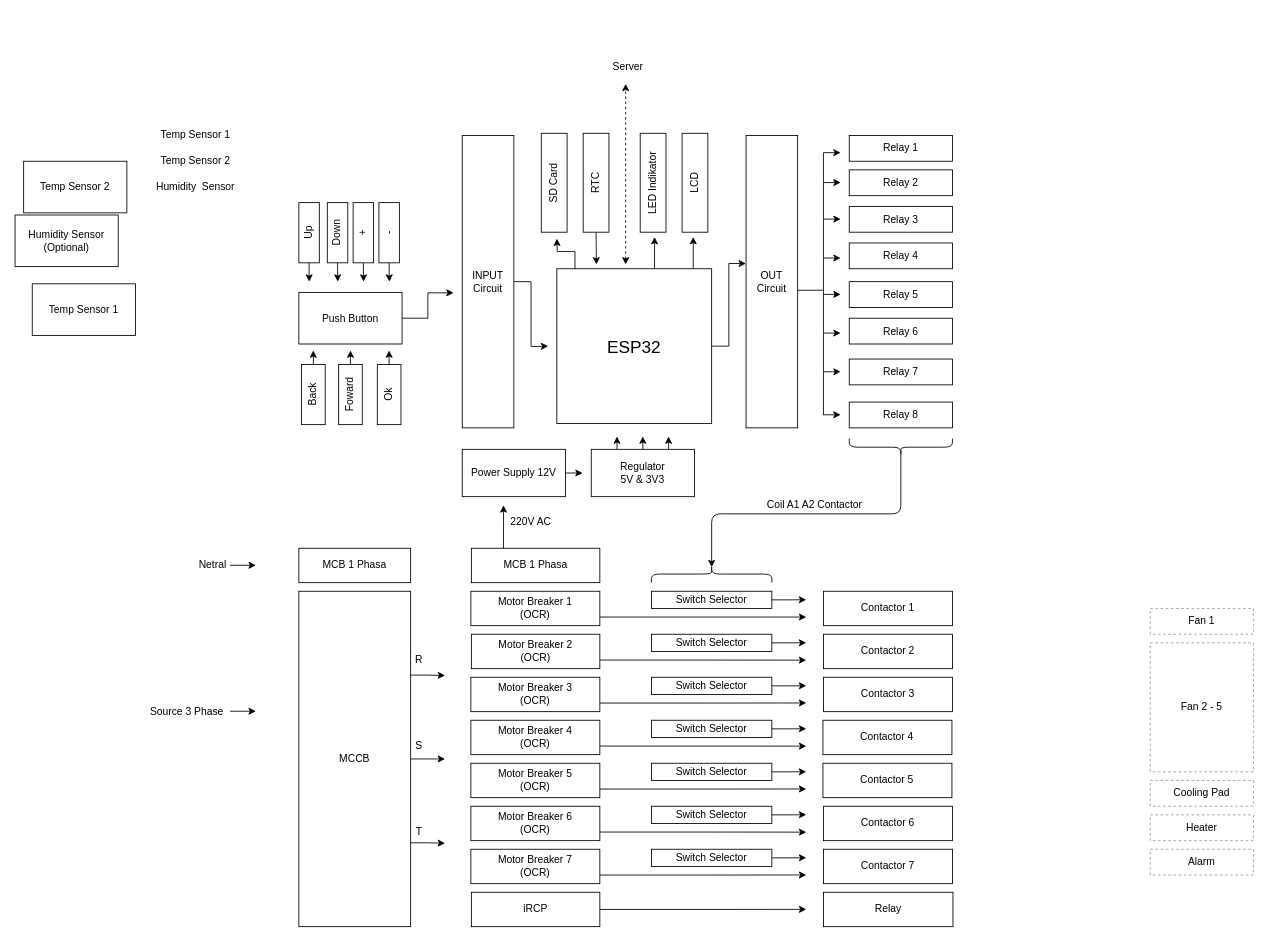
The draw.io diagram Block diagram R01.drawio in aufarachman39/Flowchart-PA, before the edit. Source tidied: cells renumbered, new cells numbered last; positions are measured from the earlier drawing's top-left corner, leaving out a move shared by most shapes. Both pictures are drawn from the tidied source at 86%, with x=0, y=0 at pixel (15, 58).
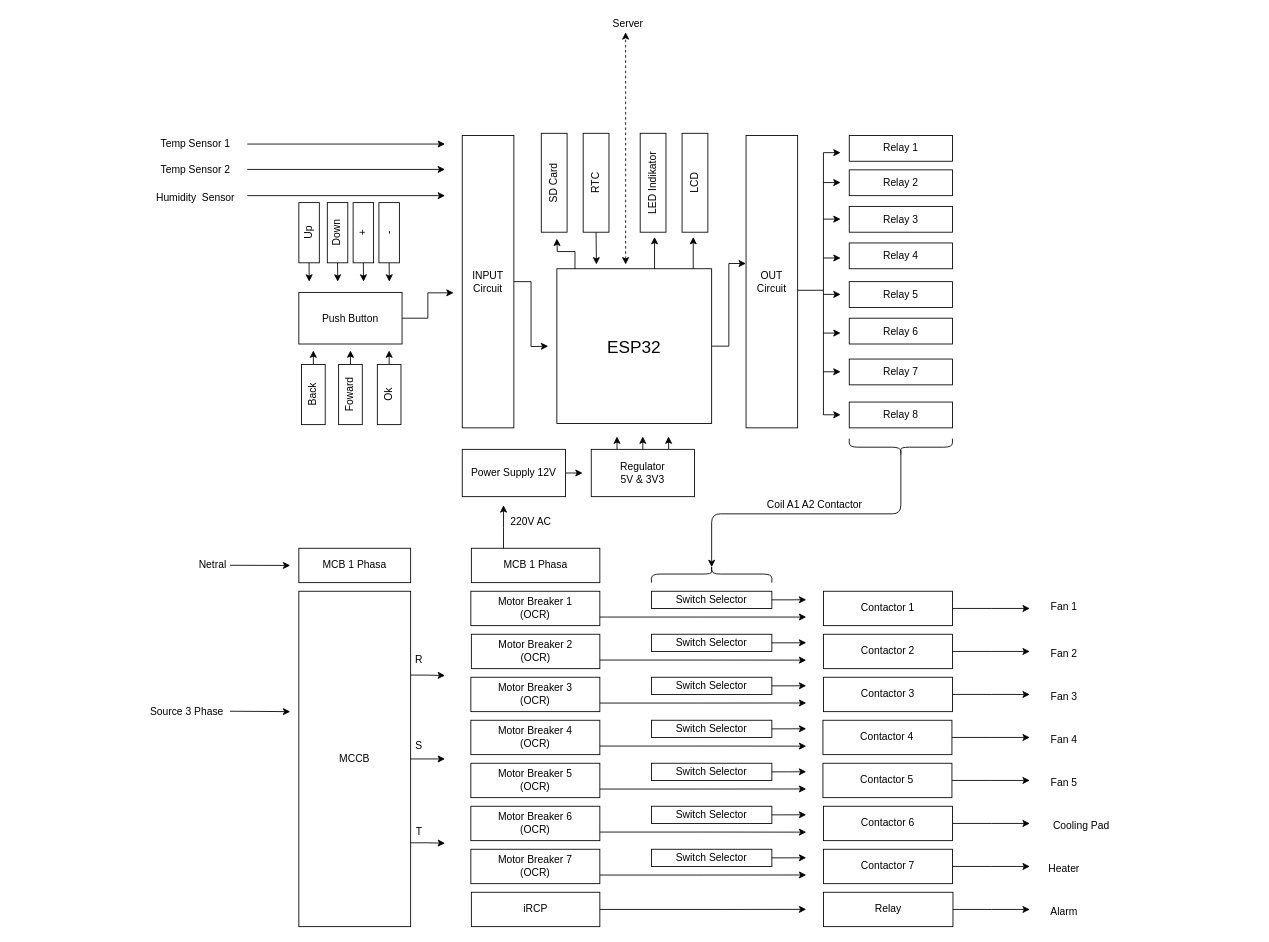
The same page after the edit.

Unchanged cells that the change refers to:
```xml
<mxCell id="67" value="&lt;div&gt;Contactor 1&lt;br&gt;&lt;/div&gt;" style="rounded=0;whiteSpace=wrap;html=1;strokeWidth=1;fillColor=none;" parent="1" vertex="1">
  <mxGeometry x="940" y="620" width="150" height="40" as="geometry" />
</mxCell>
<mxCell id="68" value="&lt;div&gt;Contactor 2&lt;br&gt;&lt;/div&gt;" style="rounded=0;whiteSpace=wrap;html=1;strokeWidth=1;fillColor=none;" parent="1" vertex="1">
  <mxGeometry x="940" y="670" width="150" height="40" as="geometry" />
</mxCell>
<mxCell id="69" value="&lt;div&gt;Contactor 3&lt;br&gt;&lt;/div&gt;" style="rounded=0;whiteSpace=wrap;html=1;strokeWidth=1;fillColor=none;" parent="1" vertex="1">
  <mxGeometry x="940" y="720" width="150" height="40" as="geometry" />
</mxCell>
<mxCell id="70" value="&lt;div&gt;Contactor 4&lt;br&gt;&lt;/div&gt;" style="rounded=0;whiteSpace=wrap;html=1;strokeWidth=1;fillColor=none;" parent="1" vertex="1">
  <mxGeometry x="939.4" y="770" width="150" height="40" as="geometry" />
</mxCell>
<mxCell id="71" value="&lt;div&gt;Contactor 5&lt;br&gt;&lt;/div&gt;" style="rounded=0;whiteSpace=wrap;html=1;strokeWidth=1;fillColor=none;" parent="1" vertex="1">
  <mxGeometry x="939.4" y="820" width="150" height="40" as="geometry" />
</mxCell>
<mxCell id="72" value="&lt;div&gt;Contactor 6&lt;br&gt;&lt;/div&gt;" style="rounded=0;whiteSpace=wrap;html=1;strokeWidth=1;fillColor=none;" parent="1" vertex="1">
  <mxGeometry x="940" y="870" width="150" height="40" as="geometry" />
</mxCell>
<mxCell id="73" value="&lt;div&gt;Contactor 7&lt;br&gt;&lt;/div&gt;" style="rounded=0;whiteSpace=wrap;html=1;strokeWidth=1;fillColor=none;" parent="1" vertex="1">
  <mxGeometry x="940" y="920" width="150" height="40" as="geometry" />
</mxCell>
<mxCell id="77" value="Relay" style="rounded=0;whiteSpace=wrap;html=1;strokeWidth=1;fillColor=none;" parent="1" vertex="1">
  <mxGeometry x="940" y="970" width="150.6" height="40" as="geometry" />
</mxCell>
```

Change to the diagram source:
```diff
@@
-    <mxCell id="7" value="Temp Sensor 1" style="rounded=0;whiteSpace=wrap;html=1;" parent="1" vertex="1">
-      <mxGeometry x="20" y="262.5" width="120" height="60" as="geometry" />
-    </mxCell>
-    <mxCell id="8" value="Temp Sensor 2" style="rounded=0;whiteSpace=wrap;html=1;" parent="1" vertex="1">
-      <mxGeometry x="10" y="120" width="120" height="60" as="geometry" />
-    </mxCell>
-    <mxCell id="9" value="&lt;div&gt;Humidity Sensor&lt;/div&gt;(Optional)" style="rounded=0;whiteSpace=wrap;html=1;" parent="1" vertex="1">
-      <mxGeometry y="182.5" width="120" height="60" as="geometry" />
-    </mxCell>
@@
-    <mxCell id="32" value="&lt;div&gt;Fan 2 - 5&lt;br&gt;&lt;/div&gt;" style="rounded=0;whiteSpace=wrap;html=1;dashed=1;opacity=40;" parent="1" vertex="1">
-      <mxGeometry x="1320" y="680" width="120" height="150" as="geometry" />
-    </mxCell>
-    <mxCell id="33" value="Cooling Pad" style="rounded=0;whiteSpace=wrap;html=1;dashed=1;opacity=40;" parent="1" vertex="1">
-      <mxGeometry x="1320" y="840" width="120" height="30" as="geometry" />
-    </mxCell>
-    <mxCell id="34" value="Heater" style="rounded=0;whiteSpace=wrap;html=1;dashed=1;opacity=40;" parent="1" vertex="1">
-      <mxGeometry x="1320" y="880" width="120" height="30" as="geometry" />
-    </mxCell>
-    <mxCell id="35" value="Alarm" style="rounded=0;whiteSpace=wrap;html=1;dashed=1;opacity=40;" parent="1" vertex="1">
-      <mxGeometry x="1320" y="920" width="120" height="30" as="geometry" />
-    </mxCell>
@@
-    <mxCell id="42" style="endArrow=classic;startArrow=classic;html=1;dashed=1;" parent="1" edge="1">
+    <mxCell id="42" style="endArrow=classic;startArrow=classic;html=1;dashed=1;entryX=0.422;entryY=1;entryDx=0;entryDy=0;entryPerimeter=0;" parent="1" edge="1" target="90">
       <mxGeometry relative="1" as="geometry">
         <mxPoint x="710" y="240" as="sourcePoint" />
-        <mxPoint x="710" y="30" as="targetPoint" />
       </mxGeometry>
     </mxCell>
@@
-    <mxCell id="45" value="Fan 1" style="rounded=0;whiteSpace=wrap;html=1;dashed=1;opacity=40;" parent="1" vertex="1">
-      <mxGeometry x="1320" y="640" width="120" height="30" as="geometry" />
-    </mxCell>
@@
+    <mxCell id="126" style="edgeStyle=orthogonalEdgeStyle;rounded=0;jettySize=auto;html=1;exitX=1;exitY=0.5;exitDx=0;exitDy=0;" parent="1" edge="1" source="67">
+      <mxGeometry relative="1" as="geometry">
+        <mxPoint x="1180" y="640" as="targetPoint" />
+      </mxGeometry>
+    </mxCell>
@@
+    <mxCell id="127" style="edgeStyle=orthogonalEdgeStyle;rounded=0;jettySize=auto;html=1;exitX=1;exitY=0.5;exitDx=0;exitDy=0;" parent="1" edge="1" source="68">
+      <mxGeometry relative="1" as="geometry">
+        <mxPoint x="1180" y="690" as="targetPoint" />
+      </mxGeometry>
+    </mxCell>
@@
+    <mxCell id="128" style="edgeStyle=orthogonalEdgeStyle;rounded=0;jettySize=auto;html=1;exitX=1;exitY=0.5;exitDx=0;exitDy=0;" parent="1" edge="1" source="69">
+      <mxGeometry relative="1" as="geometry">
+        <mxPoint x="1180" y="740" as="targetPoint" />
+      </mxGeometry>
+    </mxCell>
@@
+    <mxCell id="129" style="edgeStyle=orthogonalEdgeStyle;rounded=0;jettySize=auto;html=1;exitX=1;exitY=0.5;exitDx=0;exitDy=0;" parent="1" edge="1" source="70">
+      <mxGeometry relative="1" as="geometry">
+        <mxPoint x="1180" y="790" as="targetPoint" />
+      </mxGeometry>
+    </mxCell>
@@
+    <mxCell id="130" style="edgeStyle=orthogonalEdgeStyle;rounded=0;jettySize=auto;html=1;exitX=1;exitY=0.5;exitDx=0;exitDy=0;" parent="1" edge="1" source="71">
+      <mxGeometry relative="1" as="geometry">
+        <mxPoint x="1180" y="840" as="targetPoint" />
+      </mxGeometry>
+    </mxCell>
@@
+    <mxCell id="131" style="edgeStyle=orthogonalEdgeStyle;rounded=0;jettySize=auto;html=1;exitX=1;exitY=0.5;exitDx=0;exitDy=0;" parent="1" edge="1" source="72">
+      <mxGeometry relative="1" as="geometry">
+        <mxPoint x="1180" y="890" as="targetPoint" />
+      </mxGeometry>
+    </mxCell>
@@
+    <mxCell id="132" style="edgeStyle=orthogonalEdgeStyle;rounded=0;jettySize=auto;html=1;exitX=1;exitY=0.5;exitDx=0;exitDy=0;" parent="1" edge="1" source="73">
+      <mxGeometry relative="1" as="geometry">
+        <mxPoint x="1180" y="940" as="targetPoint" />
+      </mxGeometry>
+    </mxCell>
@@
+    <mxCell id="133" style="edgeStyle=orthogonalEdgeStyle;rounded=0;jettySize=auto;html=1;exitX=1;exitY=0.5;exitDx=0;exitDy=0;" parent="1" edge="1" source="77">
+      <mxGeometry relative="1" as="geometry">
+        <mxPoint x="1180" y="990" as="targetPoint" />
+      </mxGeometry>
+    </mxCell>
@@
     <mxCell id="78" style="endArrow=classic;html=1;" parent="1" edge="1">
       <mxGeometry relative="1" as="geometry">
         <mxPoint x="250" y="759.5" as="sourcePoint" />
-        <mxPoint x="280" y="759.5" as="targetPoint" />
+        <mxPoint x="320" y="760" as="targetPoint" />
       </mxGeometry>
     </mxCell>
     <mxCell id="79" style="endArrow=classic;html=1;" parent="1" edge="1">
       <mxGeometry relative="1" as="geometry">
         <mxPoint x="250" y="589.8" as="sourcePoint" />
-        <mxPoint x="280" y="589.8" as="targetPoint" />
+        <mxPoint x="320" y="590" as="targetPoint" />
       </mxGeometry>
     </mxCell>
@@
     <mxCell id="90" value="Server" style="text;html=1;strokeColor=none;fillColor=none;align=center;verticalAlign=middle;whiteSpace=wrap;rounded=0;dashed=1;opacity=40;" parent="1" vertex="1">
-      <mxGeometry x="693.1" width="40" height="20" as="geometry" />
+      <mxGeometry x="693.1" y="-50" width="40" height="20" as="geometry" />
     </mxCell>
@@
     <mxCell id="123" value="Temp Sensor 1" style="text;html=1;strokeColor=none;fillColor=none;align=center;verticalAlign=middle;whiteSpace=wrap;rounded=0;" parent="1" vertex="1">
-      <mxGeometry x="160" y="80" width="100" height="20" as="geometry" />
+      <mxGeometry x="160" y="90" width="100" height="20" as="geometry" />
     </mxCell>
     <mxCell id="124" value="Temp Sensor 2" style="text;html=1;strokeColor=none;fillColor=none;align=center;verticalAlign=middle;whiteSpace=wrap;rounded=0;" parent="1" vertex="1">
-      <mxGeometry x="160" y="110" width="100" height="20" as="geometry" />
+      <mxGeometry x="160" y="120" width="100" height="20" as="geometry" />
     </mxCell>
     <mxCell id="125" value="Humidity&amp;nbsp; Sensor" style="text;html=1;strokeColor=none;fillColor=none;align=center;verticalAlign=middle;whiteSpace=wrap;rounded=0;" parent="1" vertex="1">
-      <mxGeometry x="160" y="140" width="100" height="20" as="geometry" />
+      <mxGeometry x="160" y="152.5" width="100" height="20" as="geometry" />
     </mxCell>
+    <mxCell id="134" style="endArrow=classic;html=1;" parent="1" edge="1">
+      <mxGeometry relative="1" as="geometry">
+        <mxPoint x="270" y="100" as="sourcePoint" />
+        <mxPoint x="500" y="100" as="targetPoint" />
+      </mxGeometry>
+    </mxCell>
+    <mxCell id="135" style="endArrow=classic;html=1;" parent="1" edge="1">
+      <mxGeometry relative="1" as="geometry">
+        <mxPoint x="270" y="129.5" as="sourcePoint" />
+        <mxPoint x="500" y="129.5" as="targetPoint" />
+      </mxGeometry>
+    </mxCell>
+    <mxCell id="136" style="endArrow=classic;html=1;" parent="1" edge="1">
+      <mxGeometry relative="1" as="geometry">
+        <mxPoint x="270" y="160" as="sourcePoint" />
+        <mxPoint x="500" y="160" as="targetPoint" />
+      </mxGeometry>
+    </mxCell>
+    <mxCell id="45" value="Fan 1" style="text;html=1;strokeColor=none;fillColor=none;align=center;verticalAlign=middle;whiteSpace=wrap;rounded=0;" parent="1" vertex="1">
+      <mxGeometry x="1200" y="627.5" width="40" height="20" as="geometry" />
+    </mxCell>
+    <mxCell id="137" value="Fan 2" style="text;html=1;strokeColor=none;fillColor=none;align=center;verticalAlign=middle;whiteSpace=wrap;rounded=0;" parent="1" vertex="1">
+      <mxGeometry x="1200" y="682.5" width="40" height="20" as="geometry" />
+    </mxCell>
+    <mxCell id="138" value="Fan 3" style="text;html=1;strokeColor=none;fillColor=none;align=center;verticalAlign=middle;whiteSpace=wrap;rounded=0;" parent="1" vertex="1">
+      <mxGeometry x="1200" y="732.5" width="40" height="20" as="geometry" />
+    </mxCell>
+    <mxCell id="139" value="Fan 4" style="text;html=1;strokeColor=none;fillColor=none;align=center;verticalAlign=middle;whiteSpace=wrap;rounded=0;" parent="1" vertex="1">
+      <mxGeometry x="1200" y="782.5" width="40" height="20" as="geometry" />
+    </mxCell>
+    <mxCell id="140" value="Fan 5" style="text;html=1;strokeColor=none;fillColor=none;align=center;verticalAlign=middle;whiteSpace=wrap;rounded=0;" parent="1" vertex="1">
+      <mxGeometry x="1200" y="832.5" width="40" height="20" as="geometry" />
+    </mxCell>
+    <mxCell id="33" value="Cooling Pad" style="text;html=1;strokeColor=none;fillColor=none;align=center;verticalAlign=middle;whiteSpace=wrap;rounded=0;" parent="1" vertex="1">
+      <mxGeometry x="1200" y="882.5" width="80" height="20" as="geometry" />
+    </mxCell>
+    <mxCell id="34" value="Heater" style="text;html=1;strokeColor=none;fillColor=none;align=center;verticalAlign=middle;whiteSpace=wrap;rounded=0;" parent="1" vertex="1">
+      <mxGeometry x="1200" y="932.5" width="40" height="20" as="geometry" />
+    </mxCell>
+    <mxCell id="35" value="Alarm" style="text;html=1;strokeColor=none;fillColor=none;align=center;verticalAlign=middle;whiteSpace=wrap;rounded=0;" parent="1" vertex="1">
+      <mxGeometry x="1200" y="982.5" width="40" height="20" as="geometry" />
+    </mxCell>
```
